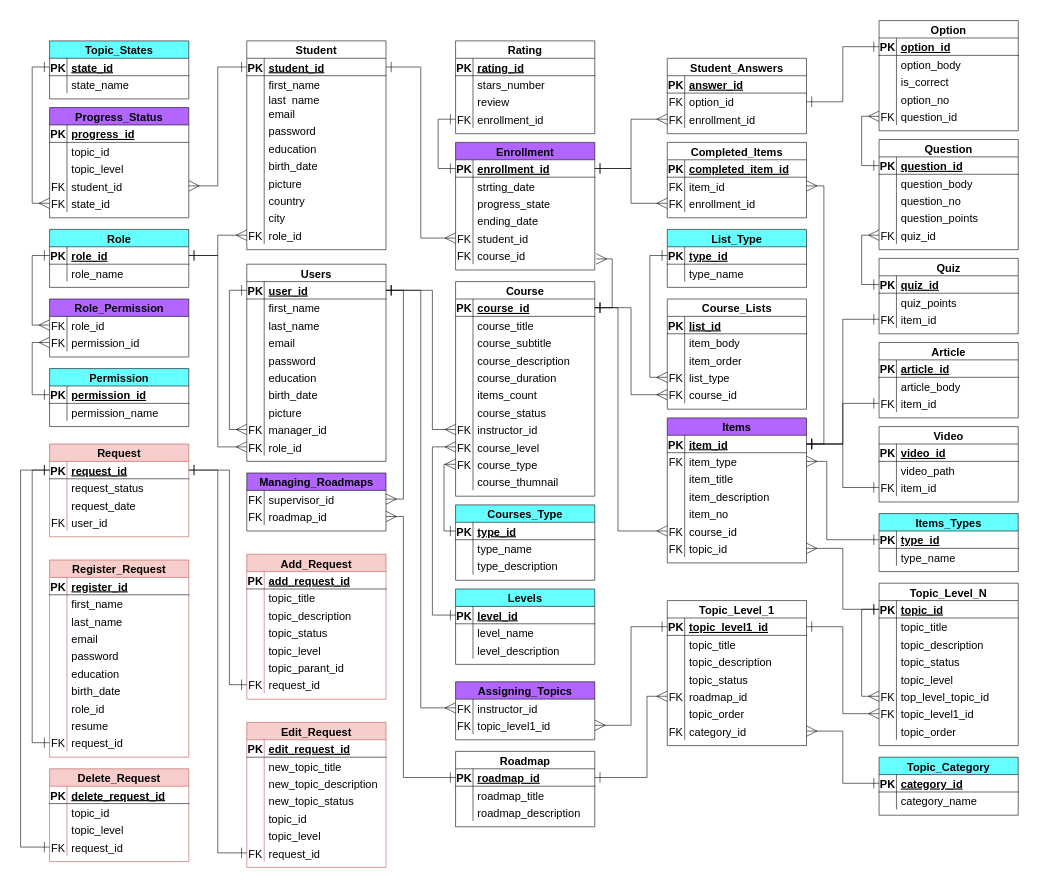
Before: roadmap platform erd.drawio in YAMANX8/UML, a draw.io diagram. Source tidied: cells renumbered, new cells numbered last; positions are measured from the earlier drawing's top-left corner, leaving out a move shared by most shapes. Both pictures are drawn from the tidied source at 58%, with x=0, y=0 at pixel (20, 20).
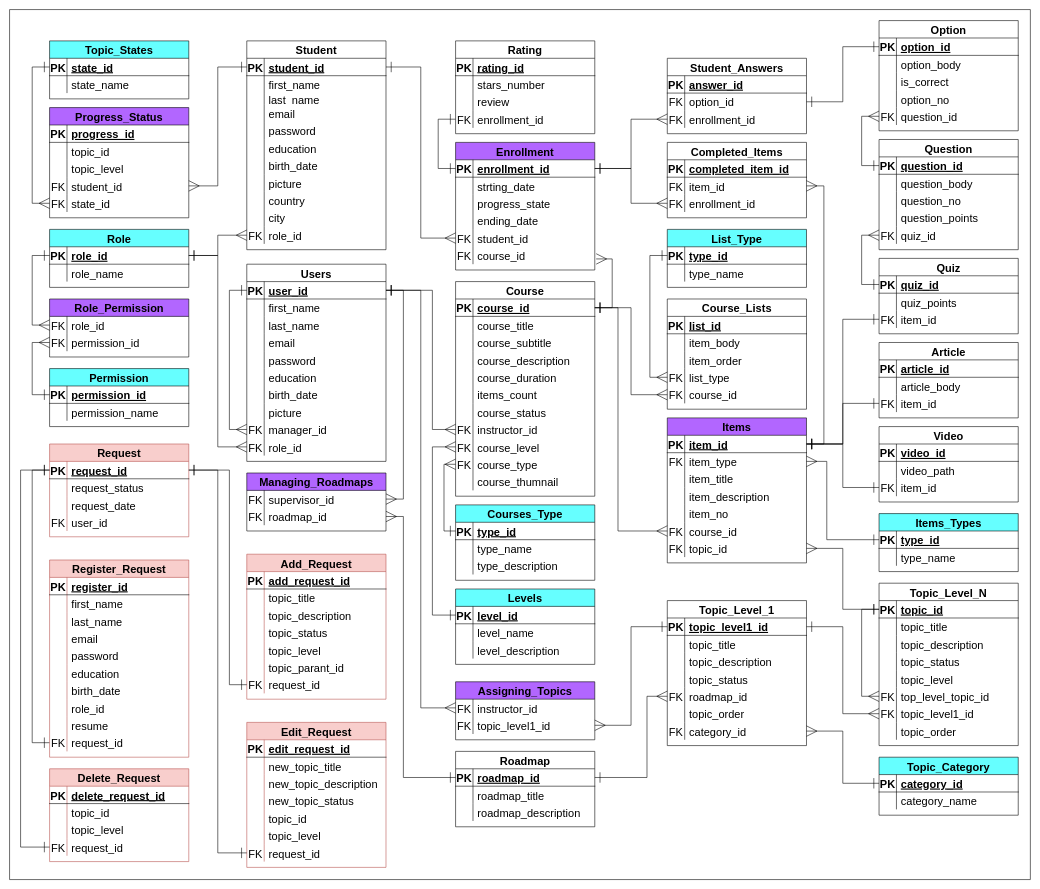
Above is the later version.

Change to the diagram source:
```diff
@@
+    <mxCell id="549" style="endArrow=none;html=1;rounded=0;labelBackgroundColor=default;strokeColor=default;align=center;verticalAlign=middle;fontFamily=Helvetica;fontSize=19;fontColor=default;startSize=16;endSize=16;shape=connector;" parent="1" edge="1">
+      <mxGeometry relative="1" as="geometry">
+        <mxPoint x="1741" y="1481" as="sourcePoint" />
+        <mxPoint x="1741" y="-19" as="targetPoint" />
+      </mxGeometry>
+    </mxCell>
+    <mxCell id="550" style="endArrow=none;html=1;rounded=0;labelBackgroundColor=default;strokeColor=default;align=center;verticalAlign=middle;fontFamily=Helvetica;fontSize=19;fontColor=default;startSize=16;endSize=16;shape=connector;" parent="1" edge="1">
+      <mxGeometry relative="1" as="geometry">
+        <mxPoint x="1741" y="-19" as="sourcePoint" />
+        <mxPoint x="-19" y="-19" as="targetPoint" />
+      </mxGeometry>
+    </mxCell>
+    <mxCell id="551" style="endArrow=none;html=1;rounded=0;labelBackgroundColor=default;strokeColor=default;align=center;verticalAlign=middle;fontFamily=Helvetica;fontSize=19;fontColor=default;startSize=16;endSize=16;shape=connector;" parent="1" edge="1">
+      <mxGeometry relative="1" as="geometry">
+        <mxPoint x="1741" y="1481" as="sourcePoint" />
+        <mxPoint x="-19" y="1481" as="targetPoint" />
+      </mxGeometry>
+    </mxCell>
+    <mxCell id="552" style="endArrow=none;html=1;rounded=0;labelBackgroundColor=default;strokeColor=default;align=center;verticalAlign=middle;fontFamily=Helvetica;fontSize=19;fontColor=default;startSize=16;endSize=16;shape=connector;" parent="1" edge="1">
+      <mxGeometry relative="1" as="geometry">
+        <mxPoint x="-19" y="1481" as="sourcePoint" />
+        <mxPoint x="-19" y="-19" as="targetPoint" />
+      </mxGeometry>
+    </mxCell>
```
